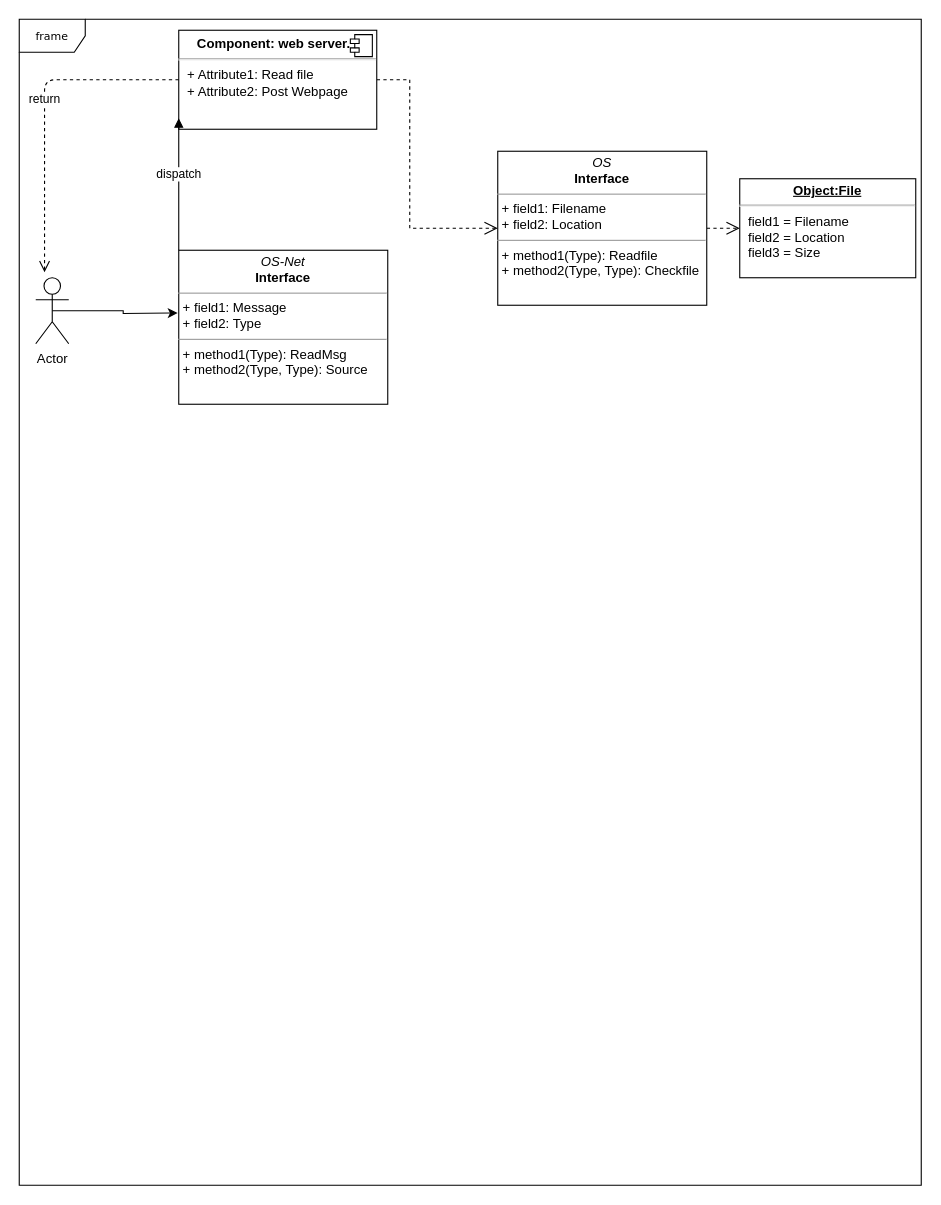
Before: Untitled Diagram.drawio in djmitman/test, a draw.io diagram. Source tidied: cells renumbered, new cells numbered last; positions are measured from the earlier drawing's top-left corner, leaving out a move shared by most shapes. Both pictures are drawn from the tidied source at 110%, with x=0, y=0 at pixel (19, 19).
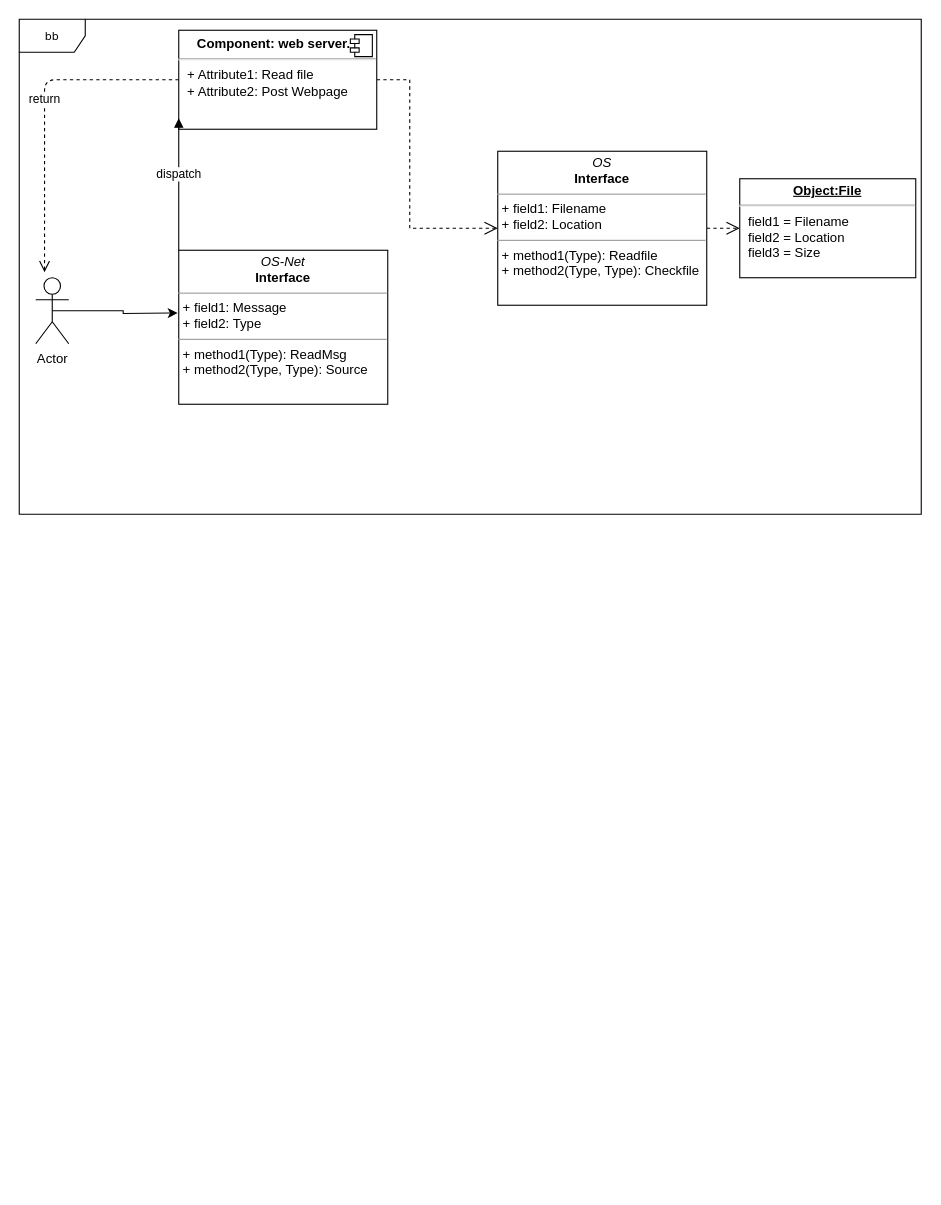
The same diagram, later.

The edit, as a diff of the source:
```diff
@@
 <mxGraphModel>
   <root>
     <mxCell id="0" />
     <mxCell id="1" parent="0" />
-    <mxCell id="2" value="frame" style="shape=umlFrame;whiteSpace=wrap;html=1;rounded=0;shadow=0;comic=0;labelBackgroundColor=none;strokeWidth=1;fontFamily=Verdana;fontSize=10;align=center;" parent="1" vertex="1">
-      <mxGeometry width="820" height="1060" as="geometry" />
+    <mxCell id="2" value="bb" style="shape=umlFrame;whiteSpace=wrap;html=1;rounded=0;shadow=0;comic=0;labelBackgroundColor=none;strokeWidth=1;fontFamily=Verdana;fontSize=10;align=center;" parent="1" vertex="1">
+      <mxGeometry width="820" height="450" as="geometry" />
     </mxCell>
     <mxCell id="3" value="&lt;p style=&quot;margin: 0px ; margin-top: 4px ; text-align: center&quot;&gt;&lt;i&gt;OS-Net&lt;/i&gt;&lt;br&gt;&lt;b&gt;Interface&lt;/b&gt;&lt;/p&gt;&lt;hr size=&quot;1&quot;&gt;&lt;p style=&quot;margin: 0px ; margin-left: 4px&quot;&gt;+ field1: Message&lt;br&gt;+ field2: Type&lt;/p&gt;&lt;hr size=&quot;1&quot;&gt;&lt;p style=&quot;margin: 0px ; margin-left: 4px&quot;&gt;+ method1(Type): ReadMsg&lt;br&gt;+ method2(Type, Type): Source&lt;/p&gt;" style="verticalAlign=top;align=left;overflow=fill;fontSize=12;fontFamily=Helvetica;html=1;rounded=0;shadow=0;comic=0;labelBackgroundColor=none;strokeWidth=1;" parent="1" vertex="1">
       <mxGeometry x="145" y="210" width="190" height="140" as="geometry" />
     </mxCell>
     <mxCell id="4" style="edgeStyle=orthogonalEdgeStyle;rounded=0;html=1;dashed=1;labelBackgroundColor=none;startFill=0;endArrow=open;endFill=0;endSize=10;fontFamily=Verdana;fontSize=10;entryX=0;entryY=0.5;entryDx=0;entryDy=0;" parent="1" edge="1" source="5" target="9">
       <mxGeometry relative="1" as="geometry" />
     </mxCell>
     <mxCell id="5" value="&lt;p style=&quot;margin: 0px ; margin-top: 4px ; text-align: center&quot;&gt;&lt;i&gt;OS&lt;/i&gt;&lt;br&gt;&lt;b&gt;Interface&lt;/b&gt;&lt;/p&gt;&lt;hr size=&quot;1&quot;&gt;&lt;p style=&quot;margin: 0px ; margin-left: 4px&quot;&gt;+ field1: Filename&lt;br&gt;+ field2: Location&lt;/p&gt;&lt;hr size=&quot;1&quot;&gt;&lt;p style=&quot;margin: 0px ; margin-left: 4px&quot;&gt;+ method1(Type): Readfile&lt;/p&gt;&lt;p style=&quot;margin: 0px ; margin-left: 4px&quot;&gt;+ method2(Type, Type): Checkfile&lt;/p&gt;" style="verticalAlign=top;align=left;overflow=fill;fontSize=12;fontFamily=Helvetica;html=1;rounded=0;shadow=0;comic=0;labelBackgroundColor=none;strokeWidth=1;" parent="1" vertex="1">
       <mxGeometry x="435" y="120" width="190" height="140" as="geometry" />
     </mxCell>
     <mxCell id="6" style="edgeStyle=orthogonalEdgeStyle;rounded=0;html=1;dashed=1;labelBackgroundColor=none;startFill=0;endArrow=open;endFill=0;endSize=10;fontFamily=Verdana;fontSize=10;" parent="1" edge="1" source="7" target="5">
       <mxGeometry relative="1" as="geometry">
         <Array as="points">
           <mxPoint x="355" y="190" />
         </Array>
       </mxGeometry>
     </mxCell>
     <mxCell id="7" value="&lt;p style=&quot;margin: 0px ; margin-top: 6px ; text-align: center&quot;&gt;&lt;b&gt;Component: web server.&amp;nbsp;&amp;nbsp;&lt;/b&gt;&lt;/p&gt;&lt;hr&gt;&lt;p style=&quot;margin: 0px ; margin-left: 8px&quot;&gt;+ Attribute1: Read file&lt;br&gt;+ Attribute2: Post Webpage&lt;/p&gt;" style="align=left;overflow=fill;html=1;" parent="1" vertex="1">
       <mxGeometry x="145" y="10" width="180" height="90" as="geometry" />
     </mxCell>
     <mxCell id="8" style="shape=component;jettyWidth=8;jettyHeight=4;" parent="7" vertex="1">
       <mxGeometry x="1" width="20" height="20" relative="1" as="geometry">
         <mxPoint x="-24" y="4" as="offset" />
       </mxGeometry>
     </mxCell>
     <mxCell id="9" value="&lt;p style=&quot;margin: 0px ; margin-top: 4px ; text-align: center ; text-decoration: underline&quot;&gt;&lt;b&gt;Object:File&lt;/b&gt;&lt;/p&gt;&lt;hr&gt;&lt;p style=&quot;margin: 0px ; margin-left: 8px&quot;&gt;field1 = Filename&lt;br&gt;field2 = Location&lt;br&gt;field3 = Size&lt;/p&gt;" style="verticalAlign=top;align=left;overflow=fill;fontSize=12;fontFamily=Helvetica;html=1;" parent="1" vertex="1">
       <mxGeometry x="655" y="145" width="160" height="90" as="geometry" />
     </mxCell>
     <mxCell id="10" value="dispatch" style="html=1;verticalAlign=bottom;endArrow=block;entryX=0;entryY=0.889;entryDx=0;entryDy=0;entryPerimeter=0;exitX=0;exitY=0;exitDx=0;exitDy=0;" parent="1" edge="1" source="3" target="7">
       <mxGeometry relative="1" as="geometry" />
     </mxCell>
     <mxCell id="11" style="edgeStyle=orthogonalEdgeStyle;rounded=0;jettySize=auto;html=1;exitX=0.5;exitY=0.5;exitDx=0;exitDy=0;exitPerimeter=0;" parent="1" edge="1" source="12">
       <mxGeometry relative="1" as="geometry">
         <mxPoint x="144" y="267" as="targetPoint" />
       </mxGeometry>
     </mxCell>
     <mxCell id="12" value="Actor" style="shape=umlActor;verticalLabelPosition=bottom;verticalAlign=top;html=1;" parent="1" vertex="1">
       <mxGeometry x="15" y="235" width="30" height="60" as="geometry" />
     </mxCell>
     <mxCell id="13" value="return" style="html=1;verticalAlign=bottom;endArrow=open;dashed=1;endSize=8;exitX=0;exitY=0.5;exitDx=0;exitDy=0;" parent="1" edge="1" source="7">
       <mxGeometry relative="1" as="geometry">
         <mxPoint x="23" y="230" as="targetPoint" />
         <Array as="points">
           <mxPoint x="23" y="55" />
         </Array>
       </mxGeometry>
     </mxCell>
   </root>
 </mxGraphModel>
```
